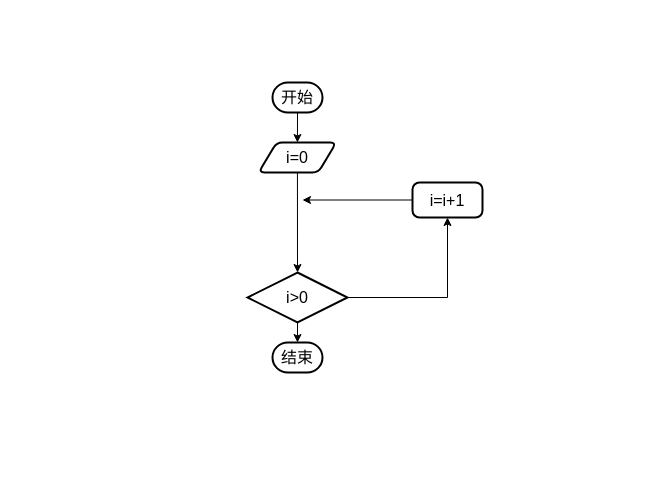
Above: Untitled Diagram.drawio in LZCwusheng/8LTUKCL83VLhXbc (draw.io), before the change. Source tidied: cells renumbered, new cells numbered last; positions are measured from the earlier drawing's top-left corner, leaving out a move shared by most shapes. Both pictures are drawn from the tidied source at 100%, with x=0, y=0 at pixel (247, 82).
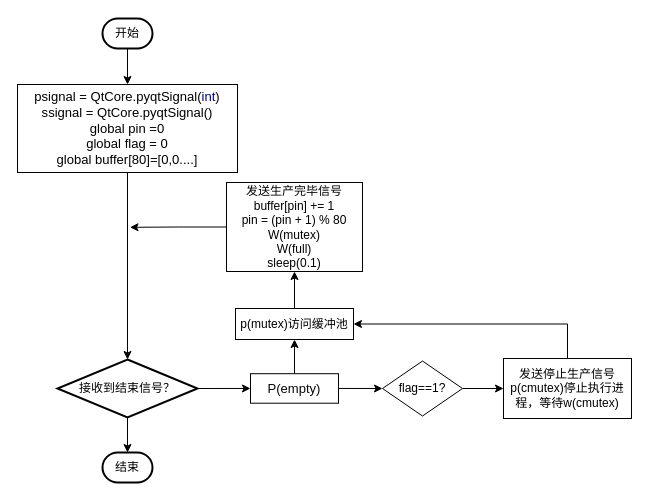
The same page after the edit.

Commit message:
生产者的PV操作流程图

The edit, as a diff of the source:
```diff
@@
-<mxGraphModel>
+<mxGraphModel background="#FFFFFF">
@@
-    <mxCell id="2" style="edgeStyle=orthogonalEdgeStyle;rounded=0;jettySize=auto;html=1;exitX=0.5;exitY=1;exitDx=0;exitDy=0;exitPerimeter=0;entryX=0.5;entryY=0;entryDx=0;entryDy=0;fontSize=16;" parent="1" edge="1" source="3" target="6">
-      <mxGeometry relative="1" as="geometry" />
-    </mxCell>
+    <mxCell id="12" style="edgeStyle=orthogonalEdgeStyle;rounded=0;jettySize=auto;html=1;exitX=0.5;exitY=1;exitDx=0;exitDy=0;exitPerimeter=0;entryX=0.5;entryY=0;entryDx=0;entryDy=0;" parent="1" edge="1" source="3" target="14">
+      <mxGeometry relative="1" as="geometry" />
+    </mxCell>
-    <mxCell id="3" value="开始" style="strokeWidth=2;html=1;shape=mxgraph.flowchart.terminator;whiteSpace=wrap;fontSize=16;" parent="1" vertex="1">
-      <mxGeometry x="25" width="50" height="30" as="geometry" />
+    <mxCell id="3" value="开始" style="strokeWidth=2;html=1;shape=mxgraph.flowchart.terminator;whiteSpace=wrap;" parent="1" vertex="1">
+      <mxGeometry x="-145" y="-64" width="50" height="30" as="geometry" />
     </mxCell>
+    <mxCell id="13" style="edgeStyle=orthogonalEdgeStyle;rounded=0;jettySize=auto;html=1;exitX=0.5;exitY=1;exitDx=0;exitDy=0;entryX=0.5;entryY=0;entryDx=0;entryDy=0;entryPerimeter=0;" parent="1" edge="1" source="14" target="17">
+      <mxGeometry relative="1" as="geometry" />
+    </mxCell>
+    <mxCell id="14" value="&lt;pre style=&quot;background-color: rgb(255 , 255 , 255) ; font-family: &amp;#34;jetbrains mono&amp;#34; ; font-size: 9.8pt&quot;&gt;psignal = QtCore.pyqtSignal(&lt;span style=&quot;color: #000080&quot;&gt;int&lt;/span&gt;)&lt;span style=&quot;color: #8c8c8c ; font-style: italic ; font-family: &amp;#34;宋体&amp;#34;&quot;&gt;&lt;br&gt;&lt;/span&gt;ssignal = QtCore.pyqtSignal()&lt;br&gt;global pin =0&lt;br&gt;global flag = 0&lt;br&gt;global buffer[80]=[0,0....]&lt;/pre&gt;" style="rounded=0;whiteSpace=wrap;html=1;" parent="1" vertex="1">
+      <mxGeometry x="-230" y="2" width="220" height="88" as="geometry" />
+    </mxCell>
+    <mxCell id="15" style="edgeStyle=orthogonalEdgeStyle;rounded=0;jettySize=auto;html=1;exitX=0.5;exitY=1;exitDx=0;exitDy=0;exitPerimeter=0;entryX=0.5;entryY=0;entryDx=0;entryDy=0;entryPerimeter=0;" parent="1" edge="1" source="17" target="4">
+      <mxGeometry relative="1" as="geometry" />
+    </mxCell>
+    <mxCell id="16" style="edgeStyle=orthogonalEdgeStyle;rounded=0;jettySize=auto;html=1;exitX=1;exitY=0.5;exitDx=0;exitDy=0;exitPerimeter=0;entryX=0;entryY=0.5;entryDx=0;entryDy=0;" parent="1" edge="1" source="17" target="20">
+      <mxGeometry relative="1" as="geometry" />
+    </mxCell>
+    <mxCell id="17" value="接收到结束信号？" style="strokeWidth=2;html=1;shape=mxgraph.flowchart.decision;whiteSpace=wrap;" parent="1" vertex="1">
+      <mxGeometry x="-190" y="277" width="140" height="58" as="geometry" />
+    </mxCell>
-    <mxCell id="4" value="结束" style="strokeWidth=2;html=1;shape=mxgraph.flowchart.terminator;whiteSpace=wrap;fontSize=16;" parent="1" vertex="1">
-      <mxGeometry x="25" y="260" width="50" height="30" as="geometry" />
+    <mxCell id="4" value="结束" style="strokeWidth=2;html=1;shape=mxgraph.flowchart.terminator;whiteSpace=wrap;" parent="1" vertex="1">
+      <mxGeometry x="-145" y="370" width="50" height="30" as="geometry" />
     </mxCell>
-    <mxCell id="5" style="edgeStyle=orthogonalEdgeStyle;rounded=0;jettySize=auto;html=1;exitX=0.5;exitY=1;exitDx=0;exitDy=0;entryX=0.5;entryY=0;entryDx=0;entryDy=0;entryPerimeter=0;fontSize=16;" parent="1" edge="1" source="6" target="9">
-      <mxGeometry relative="1" as="geometry" />
-    </mxCell>
-    <mxCell id="6" value="&lt;font style=&quot;font-size: 16px;&quot;&gt;i=0&lt;/font&gt;" style="shape=parallelogram;html=1;strokeWidth=2;perimeter=parallelogramPerimeter;whiteSpace=wrap;rounded=1;arcSize=12;size=0.23;shadow=0;fillColor=none;gradientColor=none;fontSize=16;" parent="1" vertex="1">
-      <mxGeometry x="11.2" y="60" width="77.5" height="30" as="geometry" />
-    </mxCell>
-    <mxCell id="7" style="edgeStyle=orthogonalEdgeStyle;rounded=0;jettySize=auto;html=1;entryX=0.5;entryY=1;entryDx=0;entryDy=0;fontSize=16;" parent="1" edge="1" source="9" target="11">
-      <mxGeometry relative="1" as="geometry" />
-    </mxCell>
-    <mxCell id="8" style="edgeStyle=orthogonalEdgeStyle;rounded=0;jettySize=auto;html=1;exitX=0.5;exitY=1;exitDx=0;exitDy=0;exitPerimeter=0;entryX=0.5;entryY=0;entryDx=0;entryDy=0;entryPerimeter=0;fontSize=16;" parent="1" edge="1" source="9" target="4">
-      <mxGeometry relative="1" as="geometry" />
-    </mxCell>
-    <mxCell id="9" value="&lt;font style=&quot;font-size: 16px;&quot;&gt;i&amp;gt;0&lt;/font&gt;" style="strokeWidth=2;html=1;shape=mxgraph.flowchart.decision;whiteSpace=wrap;shadow=0;fillColor=none;gradientColor=none;fontSize=16;" parent="1" vertex="1">
-      <mxGeometry y="190" width="100" height="50" as="geometry" />
-    </mxCell>
-    <mxCell id="10" style="edgeStyle=orthogonalEdgeStyle;rounded=0;jettySize=auto;html=1;fontSize=16;" parent="1" edge="1" source="11">
-      <mxGeometry relative="1" as="geometry">
-        <mxPoint x="55" y="117.5" as="targetPoint" />
-      </mxGeometry>
-    </mxCell>
-    <mxCell id="11" value="&lt;font style=&quot;font-size: 16px;&quot;&gt;i=i+1&lt;/font&gt;" style="rounded=1;whiteSpace=wrap;html=1;absoluteArcSize=1;arcSize=14;strokeWidth=2;shadow=0;fillColor=none;gradientColor=none;fontSize=16;" parent="1" vertex="1">
-      <mxGeometry x="165" y="100" width="70" height="35" as="geometry" />
-    </mxCell>
+    <mxCell id="18" style="edgeStyle=orthogonalEdgeStyle;rounded=0;jettySize=auto;html=1;exitX=0.5;exitY=0;exitDx=0;exitDy=0;entryX=0.5;entryY=1;entryDx=0;entryDy=0;" parent="1" edge="1" source="20" target="26">
+      <mxGeometry relative="1" as="geometry" />
+    </mxCell>
+    <mxCell id="19" style="edgeStyle=orthogonalEdgeStyle;rounded=0;jettySize=auto;html=1;exitX=1;exitY=0.5;exitDx=0;exitDy=0;entryX=0;entryY=0.5;entryDx=0;entryDy=0;" parent="1" edge="1" source="20" target="22">
+      <mxGeometry relative="1" as="geometry" />
+    </mxCell>
+    <mxCell id="20" value="&lt;pre style=&quot;background-color: #ffffff ; color: #080808 ; font-family: &amp;#34;jetbrains mono&amp;#34; ; font-size: 9.8pt&quot;&gt;P(empty)&lt;br&gt;&lt;/pre&gt;" style="rounded=0;whiteSpace=wrap;html=1;" parent="1" vertex="1">
+      <mxGeometry x="3" y="291.2" width="88" height="29.5" as="geometry" />
+    </mxCell>
+    <mxCell id="21" style="edgeStyle=orthogonalEdgeStyle;rounded=0;jettySize=auto;html=1;exitX=1;exitY=0.5;exitDx=0;exitDy=0;entryX=0;entryY=0.5;entryDx=0;entryDy=0;" parent="1" edge="1" source="22" target="24">
+      <mxGeometry relative="1" as="geometry" />
+    </mxCell>
+    <mxCell id="22" value="flag==1?" style="rhombus;whiteSpace=wrap;html=1;" parent="1" vertex="1">
+      <mxGeometry x="135" y="278.5" width="80" height="55" as="geometry" />
+    </mxCell>
+    <mxCell id="23" style="edgeStyle=orthogonalEdgeStyle;rounded=0;jettySize=auto;html=1;exitX=0.5;exitY=0;exitDx=0;exitDy=0;entryX=1;entryY=0.5;entryDx=0;entryDy=0;" parent="1" edge="1" source="24" target="26">
+      <mxGeometry relative="1" as="geometry" />
+    </mxCell>
+    <mxCell id="24" value="&lt;div&gt;发送停止生产信号&lt;/div&gt;&lt;div&gt;p(cmutex)停止执行进程，等待w(cmutex)&lt;br&gt;&lt;/div&gt;" style="rounded=0;whiteSpace=wrap;html=1;" parent="1" vertex="1">
+      <mxGeometry x="256" y="276" width="128" height="60" as="geometry" />
+    </mxCell>
+    <mxCell id="25" style="edgeStyle=orthogonalEdgeStyle;rounded=0;jettySize=auto;html=1;exitX=0.5;exitY=0;exitDx=0;exitDy=0;entryX=0.5;entryY=1;entryDx=0;entryDy=0;" parent="1" edge="1" source="26" target="28">
+      <mxGeometry relative="1" as="geometry" />
+    </mxCell>
+    <mxCell id="26" value="p(mutex)访问缓冲池" style="rounded=0;whiteSpace=wrap;html=1;" parent="1" vertex="1">
+      <mxGeometry x="-12" y="226" width="118" height="31" as="geometry" />
+    </mxCell>
+    <mxCell id="27" style="edgeStyle=orthogonalEdgeStyle;rounded=0;jettySize=auto;html=1;exitX=0;exitY=0.5;exitDx=0;exitDy=0;" parent="1" edge="1" source="28">
+      <mxGeometry relative="1" as="geometry">
+        <mxPoint x="-117.5" y="144.8" as="targetPoint" />
+      </mxGeometry>
+    </mxCell>
+    <mxCell id="28" value="&lt;div&gt;发送生产完毕信号buffer[pin] += 1&lt;br&gt;pin = (pin + 1) % 80&lt;/div&gt;&lt;div&gt;W(mutex)&lt;/div&gt;&lt;div&gt;W(full)&lt;/div&gt;&lt;div&gt;sleep(0.1)&lt;br&gt;&lt;/div&gt;" style="rounded=0;whiteSpace=wrap;html=1;" parent="1" vertex="1">
+      <mxGeometry x="-21" y="100" width="136" height="89" as="geometry" />
+    </mxCell>
```
